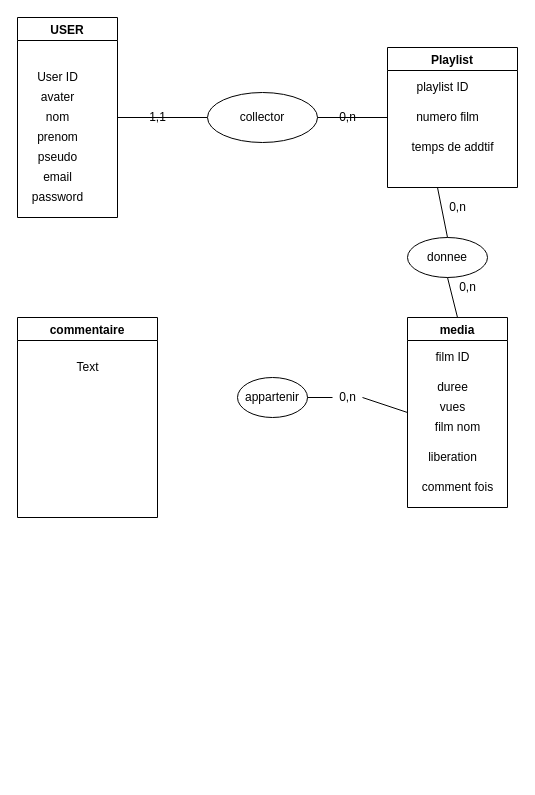
This is public/MCD CDAW JIaQi Hao.drawio from HaoJi4037/uv-cdaw-2022, a draw.io file, before an edit. Source tidied: cells renumbered, new cells numbered last; positions are measured from the earlier drawing's top-left corner, leaving out a move shared by most shapes. Both pictures are drawn from the tidied source at 100%, with x=0, y=0 at pixel (17, 17).
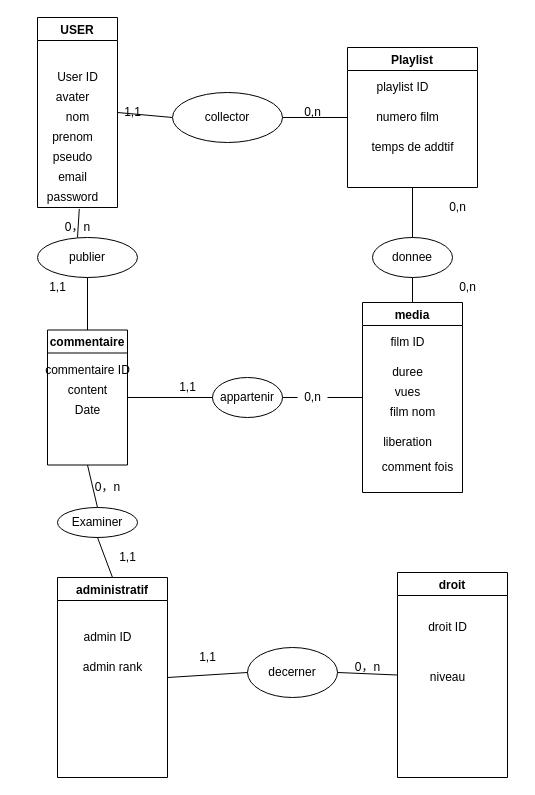
Above is the later version.

Change to the diagram source:
```diff
@@
     <mxCell id="2" value="USER" style="swimlane;" parent="1" vertex="1">
-      <mxGeometry width="100" height="200" as="geometry" />
+      <mxGeometry x="20" width="80" height="190" as="geometry" />
     </mxCell>
@@
+    <mxCell id="5" value="nom" style="text;html=1;align=center;verticalAlign=middle;strokeColor=none;fillColor=none;" parent="2" vertex="1">
+      <mxGeometry x="20" y="90" width="40" height="20" as="geometry" />
+    </mxCell>
-    <mxCell id="4" value="avater" style="text;html=1;align=center;verticalAlign=middle;strokeColor=none;fillColor=none;" parent="1" vertex="1">
-      <mxGeometry x="15" y="70" width="50" height="20" as="geometry" />
+    <mxCell id="4" value="avater" style="text;html=1;align=center;verticalAlign=middle;strokeColor=none;fillColor=none;" parent="2" vertex="1">
+      <mxGeometry x="10" y="70" width="50" height="20" as="geometry" />
     </mxCell>
-    <mxCell id="5" value="nom" style="text;html=1;align=center;verticalAlign=middle;strokeColor=none;fillColor=none;" parent="1" vertex="1">
-      <mxGeometry x="20" y="90" width="40" height="20" as="geometry" />
-    </mxCell>
-    <mxCell id="6" value="prenom" style="text;html=1;align=center;verticalAlign=middle;strokeColor=none;fillColor=none;" parent="1" vertex="1">
-      <mxGeometry x="10" y="110" width="60" height="20" as="geometry" />
+    <mxCell id="6" value="prenom" style="text;html=1;align=center;verticalAlign=middle;strokeColor=none;fillColor=none;" parent="2" vertex="1">
+      <mxGeometry x="5" y="110" width="60" height="20" as="geometry" />
     </mxCell>
-    <mxCell id="7" value="pseudo" style="text;html=1;align=center;verticalAlign=middle;strokeColor=none;fillColor=none;" parent="1" vertex="1">
-      <mxGeometry x="15" y="130" width="50" height="20" as="geometry" />
+    <mxCell id="7" value="pseudo" style="text;html=1;align=center;verticalAlign=middle;strokeColor=none;fillColor=none;" parent="2" vertex="1">
+      <mxGeometry x="10" y="130" width="50" height="20" as="geometry" />
     </mxCell>
-    <mxCell id="8" value="email" style="text;html=1;align=center;verticalAlign=middle;strokeColor=none;fillColor=none;" parent="1" vertex="1">
-      <mxGeometry x="20" y="150" width="40" height="20" as="geometry" />
+    <mxCell id="8" value="email" style="text;html=1;align=center;verticalAlign=middle;strokeColor=none;fillColor=none;" parent="2" vertex="1">
+      <mxGeometry x="15" y="150" width="40" height="20" as="geometry" />
     </mxCell>
-    <mxCell id="9" value="password" style="text;html=1;align=center;verticalAlign=middle;points=[];strokeColor=none;fillColor=none;" parent="1" vertex="1">
-      <mxGeometry x="5" y="170" width="70" height="20" as="geometry" />
+    <mxCell id="9" value="password" style="text;html=1;align=center;verticalAlign=middle;points=[];strokeColor=none;fillColor=none;" parent="2" vertex="1">
+      <mxGeometry y="170" width="70" height="20" as="geometry" />
     </mxCell>
@@
     <mxCell id="11" value="collector" style="ellipse;whiteSpace=wrap;html=1;" parent="1" vertex="1">
-      <mxGeometry x="190" y="75" width="110" height="50" as="geometry" />
+      <mxGeometry x="155" y="75" width="110" height="50" as="geometry" />
     </mxCell>
     <mxCell id="12" value="1,1" style="text;html=1;align=center;verticalAlign=middle;strokeColor=none;fillColor=none;" parent="1" vertex="1">
-      <mxGeometry x="125" y="90" width="30" height="20" as="geometry" />
+      <mxGeometry x="100" y="85" width="30" height="20" as="geometry" />
     </mxCell>
-    <mxCell id="13" style="endArrow=none;html=1;rounded=0;exitX=1;exitY=0.5;exitDx=0;exitDy=0;" parent="1" edge="1" source="11">
-      <mxGeometry relative="1" as="geometry">
-        <mxPoint x="370" y="100" as="targetPoint" />
-      </mxGeometry>
+    <mxCell id="13" style="endArrow=none;html=1;rounded=0;exitX=1;exitY=0.5;exitDx=0;exitDy=0;entryX=0;entryY=0.5;entryDx=0;entryDy=0;" parent="1" edge="1" source="11" target="14">
+      <mxGeometry relative="1" as="geometry" />
     </mxCell>
     <mxCell id="14" value="Playlist" style="swimlane;" parent="1" vertex="1">
-      <mxGeometry x="370" y="30" width="130" height="140" as="geometry" />
+      <mxGeometry x="330" y="30" width="130" height="140" as="geometry" />
     </mxCell>
@@
     <mxCell id="18" value="0,n" style="text;html=1;align=center;verticalAlign=middle;strokeColor=none;fillColor=none;" parent="1" vertex="1">
-      <mxGeometry x="315" y="90" width="30" height="20" as="geometry" />
+      <mxGeometry x="280" y="85" width="30" height="20" as="geometry" />
     </mxCell>
     <mxCell id="19" value="donnee" style="ellipse;whiteSpace=wrap;html=1;" parent="1" vertex="1">
-      <mxGeometry x="390" y="220" width="80" height="40" as="geometry" />
+      <mxGeometry x="355" y="220" width="80" height="40" as="geometry" />
     </mxCell>
-    <mxCell id="20" style="endArrow=none;html=1;rounded=0;exitX=0.5;exitY=0;exitDx=0;exitDy=0;" parent="1" edge="1" source="19">
-      <mxGeometry relative="1" as="geometry">
-        <mxPoint x="420" y="170" as="targetPoint" />
-      </mxGeometry>
+    <mxCell id="20" style="endArrow=none;html=1;rounded=0;exitX=0.5;exitY=0;exitDx=0;exitDy=0;entryX=0.5;entryY=1;entryDx=0;entryDy=0;" parent="1" edge="1" source="19" target="14">
+      <mxGeometry relative="1" as="geometry" />
     </mxCell>
@@
     <mxCell id="22" value="media" style="swimlane;" parent="1" vertex="1">
-      <mxGeometry x="390" y="300" width="100" height="190" as="geometry" />
+      <mxGeometry x="345" y="285" width="100" height="190" as="geometry" />
     </mxCell>
@@
+    <mxCell id="30" value="comment fois" style="text;html=1;align=center;verticalAlign=middle;strokeColor=none;fillColor=none;" parent="22" vertex="1">
+      <mxGeometry x="10" y="155" width="90" height="20" as="geometry" />
+    </mxCell>
@@
-    <mxCell id="30" value="comment fois" style="text;html=1;align=center;verticalAlign=middle;strokeColor=none;fillColor=none;" parent="1" vertex="1">
-      <mxGeometry x="395" y="460" width="90" height="20" as="geometry" />
-    </mxCell>
     <mxCell id="31" value="appartenir" style="ellipse;whiteSpace=wrap;html=1;" parent="1" vertex="1">
-      <mxGeometry x="220" y="360" width="70" height="40" as="geometry" />
+      <mxGeometry x="195" y="360" width="70" height="40" as="geometry" />
     </mxCell>
@@
     <mxCell id="33" value="0,n" style="text;html=1;align=center;verticalAlign=middle;points=[];strokeColor=none;fillColor=none;" parent="1" vertex="1">
-      <mxGeometry x="315" y="370" width="30" height="20" as="geometry" />
+      <mxGeometry x="280" y="370" width="30" height="20" as="geometry" />
     </mxCell>
@@
     <mxCell id="35" value="commentaire" style="swimlane;" parent="1" vertex="1">
-      <mxGeometry y="300" width="140" height="200" as="geometry" />
+      <mxGeometry x="30" y="312.5" width="80" height="135" as="geometry" />
     </mxCell>
-    <mxCell id="36" value="Text" style="text;html=1;align=center;verticalAlign=middle;strokeColor=none;fillColor=none;" parent="1" vertex="1">
-      <mxGeometry x="50" y="340" width="40" height="20" as="geometry" />
+    <mxCell id="36" value="commentaire ID" style="text;html=1;align=center;verticalAlign=middle;strokeColor=none;fillColor=none;" parent="35" vertex="1">
+      <mxGeometry x="-10" y="30" width="100" height="20" as="geometry" />
     </mxCell>
+    <mxCell id="37" value="content" style="text;html=1;align=center;verticalAlign=middle;strokeColor=none;fillColor=none;" parent="35" vertex="1">
+      <mxGeometry x="15" y="50" width="50" height="20" as="geometry" />
+    </mxCell>
+    <mxCell id="38" value="Date" style="text;html=1;align=center;verticalAlign=middle;strokeColor=none;fillColor=none;" parent="35" vertex="1">
+      <mxGeometry x="20" y="70" width="40" height="20" as="geometry" />
+    </mxCell>
+    <mxCell id="39" style="endArrow=none;html=1;rounded=0;entryX=0;entryY=0.5;entryDx=0;entryDy=0;exitX=1;exitY=0.5;exitDx=0;exitDy=0;" parent="1" edge="1" source="35" target="31">
+      <mxGeometry relative="1" as="geometry" />
+    </mxCell>
+    <mxCell id="40" value="1,1" style="text;html=1;align=center;verticalAlign=middle;strokeColor=none;fillColor=none;" parent="1" vertex="1">
+      <mxGeometry x="155" y="360" width="30" height="20" as="geometry" />
+    </mxCell>
+    <mxCell id="41" value="publier" style="ellipse;whiteSpace=wrap;html=1;" parent="1" vertex="1">
+      <mxGeometry x="20" y="220" width="100" height="40" as="geometry" />
+    </mxCell>
+    <mxCell id="42" style="endArrow=none;html=1;rounded=0;exitX=0.597;exitY=1.07;exitDx=0;exitDy=0;exitPerimeter=0;entryX=0.4;entryY=0;entryDx=0;entryDy=0;entryPerimeter=0;" parent="1" edge="1" source="9" target="41">
+      <mxGeometry relative="1" as="geometry" />
+    </mxCell>
+    <mxCell id="43" value="0，n" style="text;html=1;align=center;verticalAlign=middle;strokeColor=none;fillColor=none;" parent="1" vertex="1">
+      <mxGeometry x="40" y="200" width="40" height="20" as="geometry" />
+    </mxCell>
+    <mxCell id="44" style="endArrow=none;html=1;rounded=0;exitX=0.5;exitY=0;exitDx=0;exitDy=0;entryX=0.5;entryY=1;entryDx=0;entryDy=0;" parent="1" edge="1" source="35" target="41">
+      <mxGeometry relative="1" as="geometry" />
+    </mxCell>
+    <mxCell id="45" value="1,1" style="text;html=1;align=center;verticalAlign=middle;strokeColor=none;fillColor=none;" parent="1" vertex="1">
+      <mxGeometry x="25" y="260" width="30" height="20" as="geometry" />
+    </mxCell>
+    <mxCell id="46" value="Examiner" style="ellipse;whiteSpace=wrap;html=1;" parent="1" vertex="1">
+      <mxGeometry x="40" y="490" width="80" height="30" as="geometry" />
+    </mxCell>
+    <mxCell id="47" style="endArrow=none;html=1;rounded=0;entryX=0.5;entryY=1;entryDx=0;entryDy=0;exitX=0.5;exitY=0;exitDx=0;exitDy=0;" parent="1" edge="1" source="46" target="35">
+      <mxGeometry relative="1" as="geometry" />
+    </mxCell>
+    <mxCell id="48" value="0，n" style="text;html=1;align=center;verticalAlign=middle;strokeColor=none;fillColor=none;" parent="1" vertex="1">
+      <mxGeometry x="70" y="460" width="40" height="20" as="geometry" />
+    </mxCell>
+    <mxCell id="49" value="administratif" style="swimlane;" parent="1" vertex="1">
+      <mxGeometry x="40" y="560" width="110" height="200" as="geometry" />
+    </mxCell>
+    <mxCell id="50" value="admin rank" style="text;html=1;align=center;verticalAlign=middle;strokeColor=none;fillColor=none;" parent="49" vertex="1">
+      <mxGeometry x="20" y="80" width="70" height="20" as="geometry" />
+    </mxCell>
+    <mxCell id="51" style="endArrow=none;html=1;rounded=0;exitX=0.5;exitY=0;exitDx=0;exitDy=0;entryX=0.5;entryY=1;entryDx=0;entryDy=0;" parent="1" edge="1" source="49" target="46">
+      <mxGeometry relative="1" as="geometry" />
+    </mxCell>
+    <mxCell id="52" value="admin ID" style="text;html=1;align=center;verticalAlign=middle;strokeColor=none;fillColor=none;" parent="1" vertex="1">
+      <mxGeometry x="60" y="610" width="60" height="20" as="geometry" />
+    </mxCell>
+    <mxCell id="53" value="decerner" style="ellipse;whiteSpace=wrap;html=1;" parent="1" vertex="1">
+      <mxGeometry x="230" y="630" width="90" height="50" as="geometry" />
+    </mxCell>
+    <mxCell id="54" style="endArrow=none;html=1;rounded=0;exitX=1;exitY=0.5;exitDx=0;exitDy=0;entryX=0;entryY=0.5;entryDx=0;entryDy=0;" parent="1" edge="1" source="49" target="53">
+      <mxGeometry relative="1" as="geometry" />
+    </mxCell>
+    <mxCell id="55" value="1,1" style="text;html=1;align=center;verticalAlign=middle;strokeColor=none;fillColor=none;" parent="1" vertex="1">
+      <mxGeometry x="95" y="530" width="30" height="20" as="geometry" />
+    </mxCell>
+    <mxCell id="56" value="1,1" style="text;html=1;align=center;verticalAlign=middle;strokeColor=none;fillColor=none;" parent="1" vertex="1">
+      <mxGeometry x="175" y="630" width="30" height="20" as="geometry" />
+    </mxCell>
+    <mxCell id="57" value="droit" style="swimlane;" parent="1" vertex="1">
+      <mxGeometry x="380" y="555" width="110" height="205" as="geometry" />
+    </mxCell>
+    <mxCell id="58" value="droit ID" style="text;html=1;align=center;verticalAlign=middle;strokeColor=none;fillColor=none;" parent="57" vertex="1">
+      <mxGeometry x="25" y="45" width="50" height="20" as="geometry" />
+    </mxCell>
+    <mxCell id="59" style="endArrow=none;html=1;rounded=0;entryX=0;entryY=0.5;entryDx=0;entryDy=0;exitX=1;exitY=0.5;exitDx=0;exitDy=0;" parent="1" edge="1" source="53" target="57">
+      <mxGeometry relative="1" as="geometry" />
+    </mxCell>
+    <mxCell id="60" value="0，n" style="text;html=1;align=center;verticalAlign=middle;strokeColor=none;fillColor=none;" parent="1" vertex="1">
+      <mxGeometry x="330" y="640" width="40" height="20" as="geometry" />
+    </mxCell>
+    <mxCell id="61" value="niveau" style="text;html=1;align=center;verticalAlign=middle;strokeColor=none;fillColor=none;" parent="1" vertex="1">
+      <mxGeometry x="405" y="650" width="50" height="20" as="geometry" />
+    </mxCell>
```
